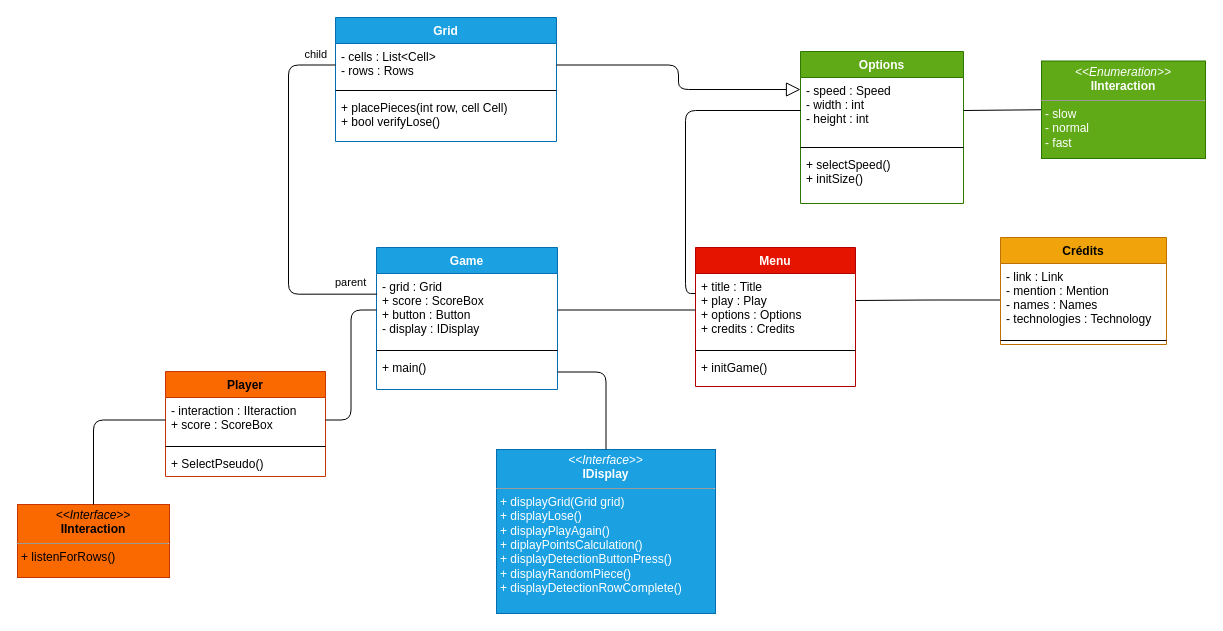
Flodagnas/Tetris keeps this draw.io diagram as Tetris Diagram.drawio. Above is the earlier version. Source tidied: cells renumbered, new cells numbered last; positions are measured from the earlier drawing's top-left corner, leaving out a move shared by most shapes. Both pictures are drawn from the tidied source at 100%, with x=0, y=0 at pixel (17, 17).
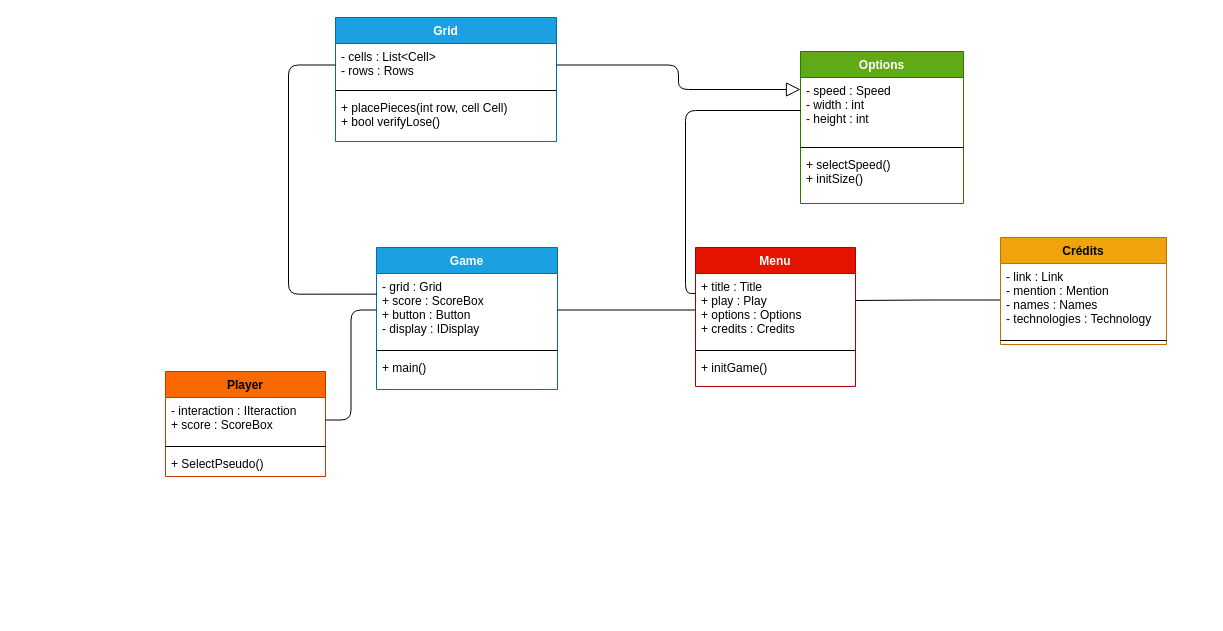
The same diagram, later.

Commit message:
fonction PlaceBlock()

Unchanged cells that the change refers to:
```xml
<mxCell id="9" value="+ main()" style="text;strokeColor=none;fillColor=none;align=left;verticalAlign=top;spacingLeft=4;spacingRight=4;overflow=hidden;points=[[0,0.5],[1,0.5]];portConstraint=eastwest;fontSize=12;" parent="6" vertex="1">
  <mxGeometry y="107" width="181" height="35" as="geometry" />
</mxCell>
<mxCell id="11" value="- speed : Speed&#10;- width : int&#10;- height : int" style="text;strokeColor=none;fillColor=none;align=left;verticalAlign=top;spacingLeft=4;spacingRight=4;overflow=hidden;points=[[0,0.5],[1,0.5]];portConstraint=eastwest;fontSize=12;" parent="10" vertex="1">
  <mxGeometry y="26" width="163" height="66" as="geometry" />
</mxCell>
<mxCell id="33" value="- interaction : IIteraction&#10;+ score : ScoreBox" style="text;strokeColor=none;fillColor=none;align=left;verticalAlign=top;spacingLeft=4;spacingRight=4;overflow=hidden;points=[[0,0.5],[1,0.5]];portConstraint=eastwest;" parent="32" vertex="1">
  <mxGeometry y="26" width="160" height="45" as="geometry" />
</mxCell>
<mxCell id="38" style="endArrow=none;html=1;edgeStyle=orthogonalEdgeStyle;entryX=0;entryY=0.5;entryDx=0;entryDy=0;exitX=0.003;exitY=0.283;exitDx=0;exitDy=0;exitPerimeter=0;" parent="1" edge="1" source="7" target="18">
  <mxGeometry relative="1" as="geometry">
    <Array as="points">
      <mxPoint x="271" y="277" />
      <mxPoint x="271" y="48" />
    </Array>
  </mxGeometry>
</mxCell>
```

Change to the diagram source:
```diff
@@
-    <mxCell id="14" style="html=1;exitX=0;exitY=0.5;exitDx=0;exitDy=0;entryX=1;entryY=0.5;entryDx=0;entryDy=0;endArrow=none;endFill=0;" parent="1" edge="1" source="15" target="11">
-      <mxGeometry relative="1" as="geometry" />
-    </mxCell>
-    <mxCell id="15" value="&lt;p style=&quot;margin: 0px ; margin-top: 4px ; text-align: center&quot;&gt;&lt;i&gt;&amp;lt;&amp;lt;Enumeration&amp;gt;&amp;gt;&lt;/i&gt;&lt;br&gt;&lt;b&gt;IInteraction&lt;/b&gt;&lt;/p&gt;&lt;hr size=&quot;1&quot;&gt;&lt;p style=&quot;margin: 0px ; margin-left: 4px&quot;&gt;- slow&lt;/p&gt;&lt;p style=&quot;margin: 0px ; margin-left: 4px&quot;&gt;- normal&lt;/p&gt;&lt;p style=&quot;margin: 0px ; margin-left: 4px&quot;&gt;- fast&lt;/p&gt;&lt;p style=&quot;margin: 0px ; margin-left: 4px&quot;&gt;&lt;br&gt;&lt;/p&gt;" style="verticalAlign=top;align=left;overflow=fill;fontSize=12;fontFamily=Helvetica;html=1;fillColor=#60a917;strokeColor=#2D7600;fontColor=#ffffff;" parent="1" vertex="1">
-      <mxGeometry x="1024" y="43.5" width="164" height="97.5" as="geometry" />
-    </mxCell>
-    <mxCell id="16" value="&lt;p style=&quot;margin: 0px ; margin-top: 4px ; text-align: center&quot;&gt;&lt;i&gt;&amp;lt;&amp;lt;Interface&amp;gt;&amp;gt;&lt;/i&gt;&lt;br&gt;&lt;b&gt;IDisplay&lt;/b&gt;&lt;/p&gt;&lt;hr size=&quot;1&quot;&gt;&lt;p style=&quot;margin: 0px ; margin-left: 4px&quot;&gt;&lt;/p&gt;&lt;p style=&quot;margin: 0px ; margin-left: 4px&quot;&gt;&lt;span&gt;+ displayGrid(Grid grid)&lt;/span&gt;&lt;br&gt;&lt;/p&gt;&lt;p style=&quot;margin: 0px ; margin-left: 4px&quot;&gt;+ d&lt;span&gt;isplayLose()&lt;/span&gt;&lt;/p&gt;&lt;p style=&quot;margin: 0px ; margin-left: 4px&quot;&gt;&lt;span&gt;+ displayPlayAgain()&lt;/span&gt;&lt;/p&gt;&lt;p style=&quot;margin: 0px ; margin-left: 4px&quot;&gt;&lt;span&gt;+ diplayPointsCalculation()&lt;/span&gt;&lt;/p&gt;&lt;p style=&quot;margin: 0px ; margin-left: 4px&quot;&gt;&lt;span&gt;+ displayDetectionButtonPress()&lt;/span&gt;&lt;/p&gt;&lt;p style=&quot;margin: 0px ; margin-left: 4px&quot;&gt;&lt;span&gt;+ displayRandomPiece()&lt;/span&gt;&lt;/p&gt;&lt;p style=&quot;margin: 0px ; margin-left: 4px&quot;&gt;+ displayDetectionRowComplete()&lt;/p&gt;" style="verticalAlign=top;align=left;overflow=fill;fontSize=12;fontFamily=Helvetica;html=1;fillColor=#1ba1e2;strokeColor=#006EAF;fontColor=#ffffff;" parent="1" vertex="1">
-      <mxGeometry x="479" y="432" width="219" height="164" as="geometry" />
-    </mxCell>
@@
-    <mxCell id="26" value="&lt;p style=&quot;margin: 0px ; margin-top: 4px ; text-align: center&quot;&gt;&lt;i&gt;&amp;lt;&amp;lt;Interface&amp;gt;&amp;gt;&lt;/i&gt;&lt;br&gt;&lt;b&gt;IInteraction&lt;/b&gt;&lt;/p&gt;&lt;hr size=&quot;1&quot;&gt;&lt;p style=&quot;margin: 0px ; margin-left: 4px&quot;&gt;&lt;/p&gt;&lt;p style=&quot;margin: 0px ; margin-left: 4px&quot;&gt;+ listenForRows&lt;span&gt;()&lt;/span&gt;&lt;/p&gt;" style="verticalAlign=top;align=left;overflow=fill;fontSize=12;fontFamily=Helvetica;html=1;fillColor=#fa6800;strokeColor=#C73500;fontColor=#000000;" parent="1" vertex="1">
-      <mxGeometry y="487" width="152" height="73" as="geometry" />
-    </mxCell>
@@
-    <mxCell id="28" style="endArrow=none;endFill=0;endSize=12;html=1;exitX=0.5;exitY=0;exitDx=0;exitDy=0;entryX=1;entryY=0.5;entryDx=0;entryDy=0;edgeStyle=orthogonalEdgeStyle;" parent="1" edge="1" source="16" target="9">
-      <mxGeometry relative="1" as="geometry" />
-    </mxCell>
@@
-    <mxCell id="36" style="endArrow=none;html=1;entryX=0;entryY=0.5;entryDx=0;entryDy=0;exitX=0.5;exitY=0;exitDx=0;exitDy=0;edgeStyle=orthogonalEdgeStyle;" parent="1" edge="1" source="26" target="33">
-      <mxGeometry relative="1" as="geometry" />
-    </mxCell>
@@
-    <mxCell id="39" value="parent" style="edgeLabel;html=1;align=left;verticalAlign=bottom;" parent="38" vertex="1">
-      <mxGeometry x="-1" relative="1" as="geometry">
-        <mxPoint x="-44" y="-4" as="offset" />
-      </mxGeometry>
-    </mxCell>
-    <mxCell id="40" value="child" style="edgeLabel;html=1;align=right;verticalAlign=bottom;" parent="38" vertex="1">
-      <mxGeometry x="1" relative="1" as="geometry">
-        <mxPoint x="-8" y="-3" as="offset" />
-      </mxGeometry>
-    </mxCell>
```
